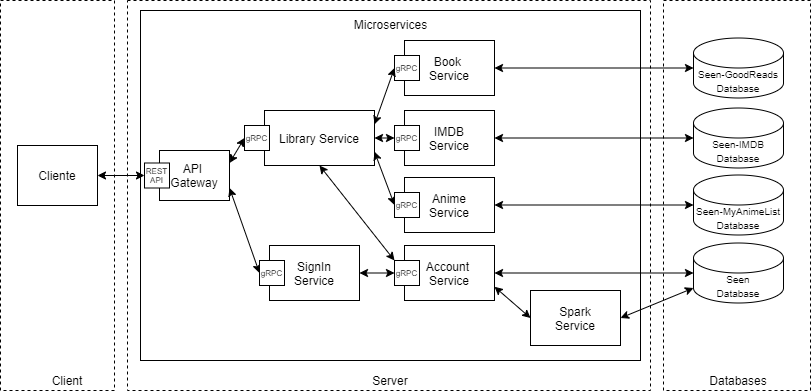
Above: app/api/report/images/CloudNativeAppArchitecture.png in JotaFilip/cn-g (draw.io), before the change. Source tidied: cells renumbered, new cells last; positions are measured from the earlier drawing's top-left corner, leaving out a move shared by most shapes.
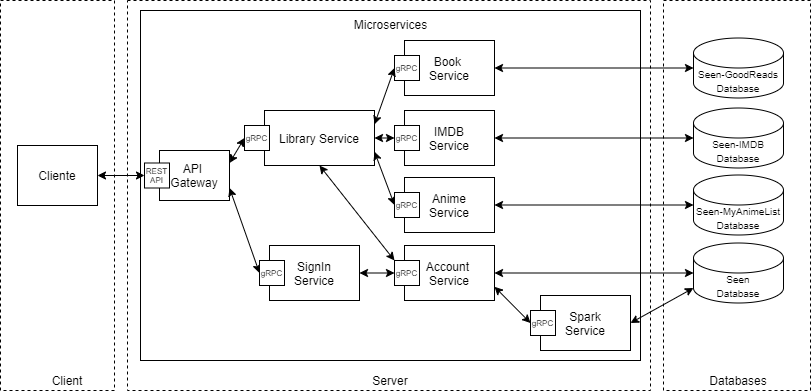
After the commit.

Commit message:
Spark now has gRPC

What changed in the source:
```diff
@@ -35,7 +35,7 @@
     <mxCell id="12" value="Anime&lt;br&gt;Service" style="rounded=0;whiteSpace=wrap;html=1;fillColor=none;" parent="1" vertex="1">
       <mxGeometry x="404" y="177" width="90" height="55" as="geometry" />
     </mxCell>
-    <mxCell id="13" style="rounded=0;jettySize=auto;html=1;exitX=1;exitY=0.75;exitDx=0;exitDy=0;entryX=0;entryY=0.5;entryDx=0;entryDy=0;startArrow=classic;startFill=1;" parent="1" edge="1" source="15" target="43">
+    <mxCell id="13" style="rounded=0;jettySize=auto;html=1;exitX=1;exitY=0.75;exitDx=0;exitDy=0;entryX=0;entryY=0.5;entryDx=0;entryDy=0;startArrow=classic;startFill=1;" parent="1" edge="1" source="15" target="44">
       <mxGeometry relative="1" as="geometry" />
     </mxCell>
     <mxCell id="14" style="edgeStyle=none;rounded=0;jettySize=auto;html=1;exitX=1;exitY=0.5;exitDx=0;exitDy=0;entryX=0;entryY=0.5;entryDx=0;entryDy=0;entryPerimeter=0;startArrow=classic;startFill=1;" parent="1" edge="1" source="15" target="10">
@@ -126,7 +126,10 @@
       <mxGeometry relative="1" as="geometry" />
     </mxCell>
     <mxCell id="43" value="Spark&lt;br&gt;Service" style="rounded=0;whiteSpace=wrap;html=1;fillColor=none;" parent="1" vertex="1">
-      <mxGeometry x="530" y="290" width="90" height="55" as="geometry" />
+      <mxGeometry x="540" y="295" width="90" height="55" as="geometry" />
     </mxCell>
+    <mxCell id="44" value="&lt;h6&gt;&lt;span style=&quot;font-size: 8px ; font-weight: 400&quot;&gt;gRPC&lt;/span&gt;&lt;br&gt;&lt;/h6&gt;" style="whiteSpace=wrap;html=1;align=center;" parent="1" vertex="1">
+      <mxGeometry x="530" y="310" width="25" height="25" as="geometry" />
+    </mxCell>
   </root>
 </mxGraphModel>
```
